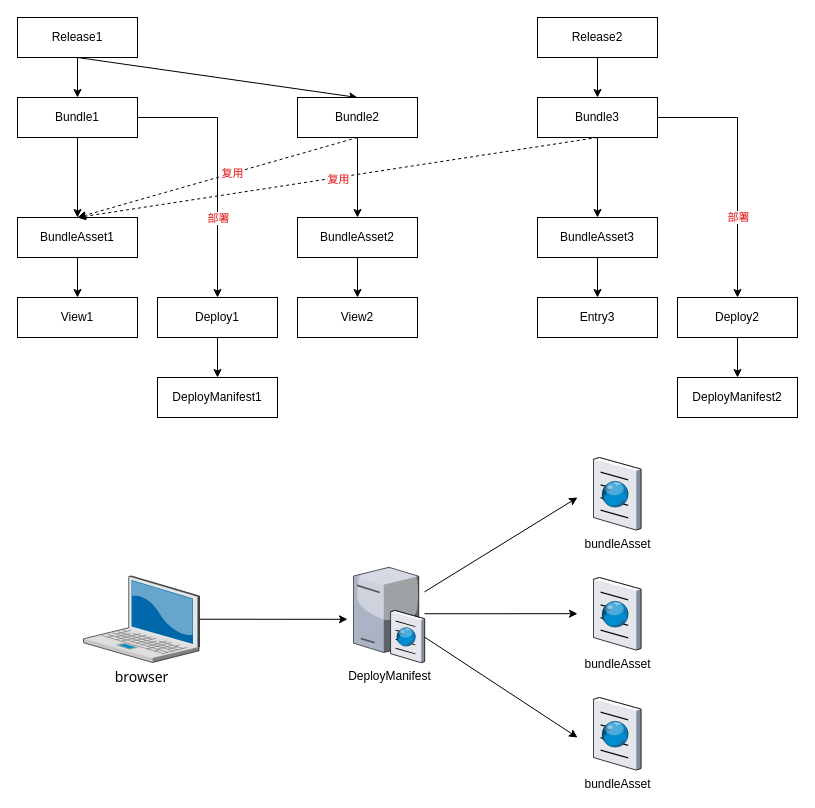
Earlier version of the draw.io diagram doc/构建部署.dio (wenchuanli1989/groot). Source tidied: cells renumbered, new cells numbered last; positions are measured from the earlier drawing's top-left corner, leaving out a move shared by most shapes. Both pictures are drawn from the tidied source at 100%, with x=0, y=0 at pixel (17, 17).
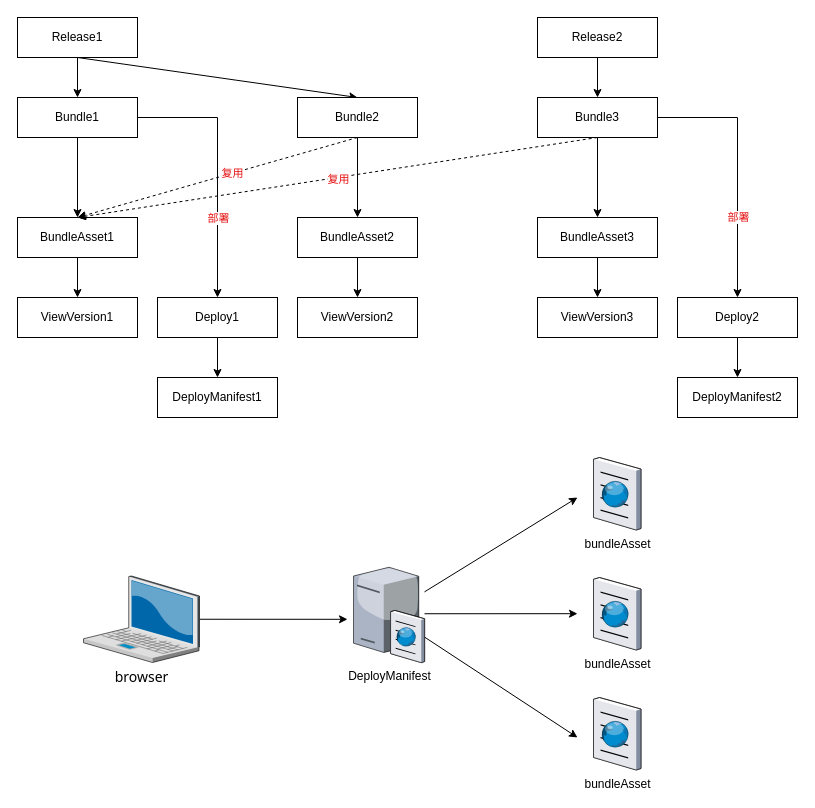
Above is the later version.

The edit, as a diff of the source:
```diff
@@
-    <mxCell id="10" value="View1" style="whiteSpace=wrap;html=1;" parent="1" vertex="1">
+    <mxCell id="10" value="ViewVersion1" style="whiteSpace=wrap;html=1;" parent="1" vertex="1">
       <mxGeometry y="280" width="120" height="40" as="geometry" />
     </mxCell>
@@
-    <mxCell id="30" value="View2" style="whiteSpace=wrap;html=1;" parent="1" vertex="1">
+    <mxCell id="30" value="ViewVersion2" style="whiteSpace=wrap;html=1;" parent="1" vertex="1">
       <mxGeometry x="280" y="280" width="120" height="40" as="geometry" />
     </mxCell>
-    <mxCell id="31" value="Entry3" style="whiteSpace=wrap;html=1;" parent="1" vertex="1">
+    <mxCell id="31" value="ViewVersion3" style="whiteSpace=wrap;html=1;" parent="1" vertex="1">
       <mxGeometry x="520" y="280" width="120" height="40" as="geometry" />
     </mxCell>
```
